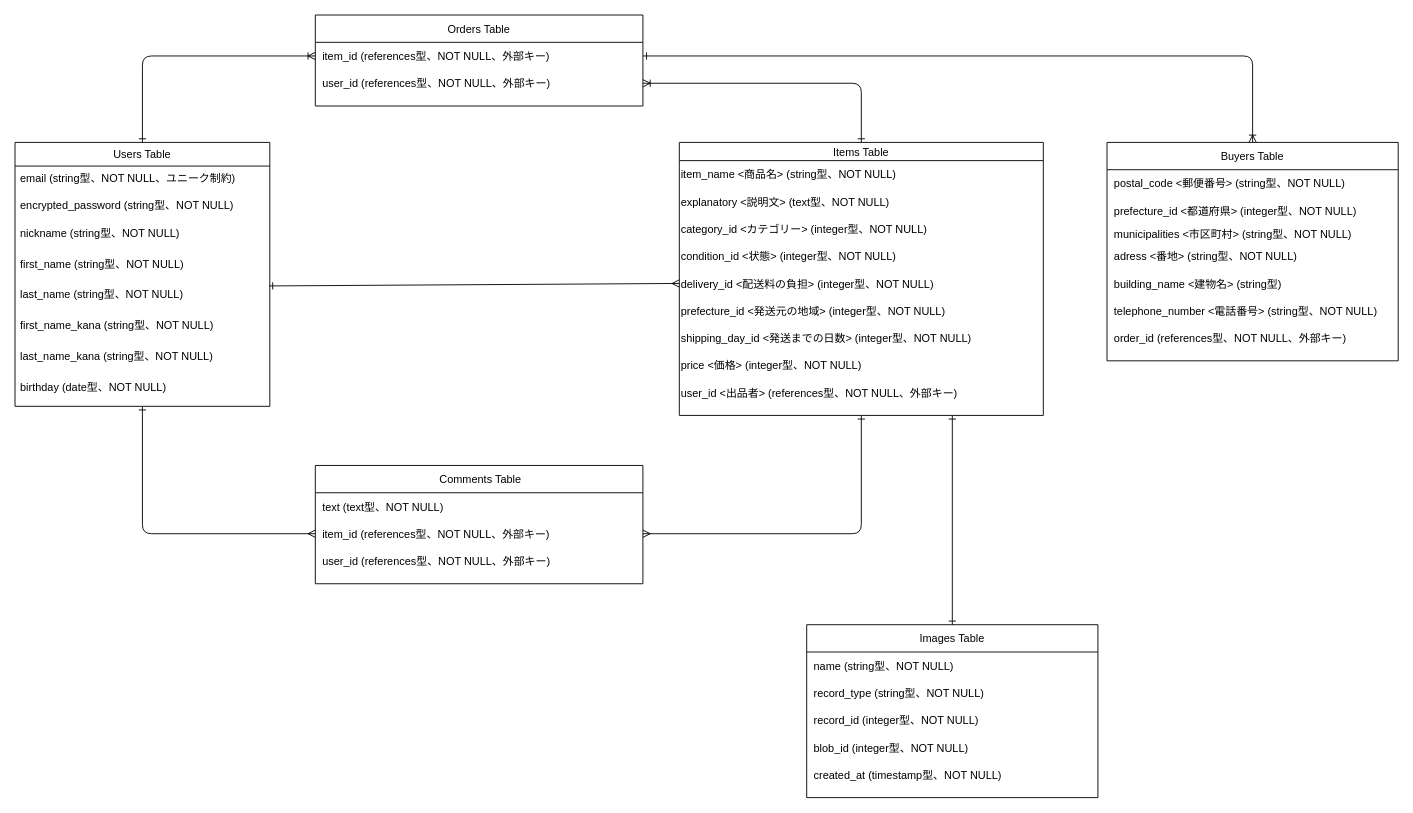
Missi2/furima-37375 keeps this draw.io diagram as er.dio. Above is the earlier version. Source tidied: cells renumbered, new cells numbered last; positions are measured from the earlier drawing's top-left corner, leaving out a move shared by most shapes. Both pictures are drawn from the tidied source at 91%, with x=0, y=0 at pixel (15, 15).
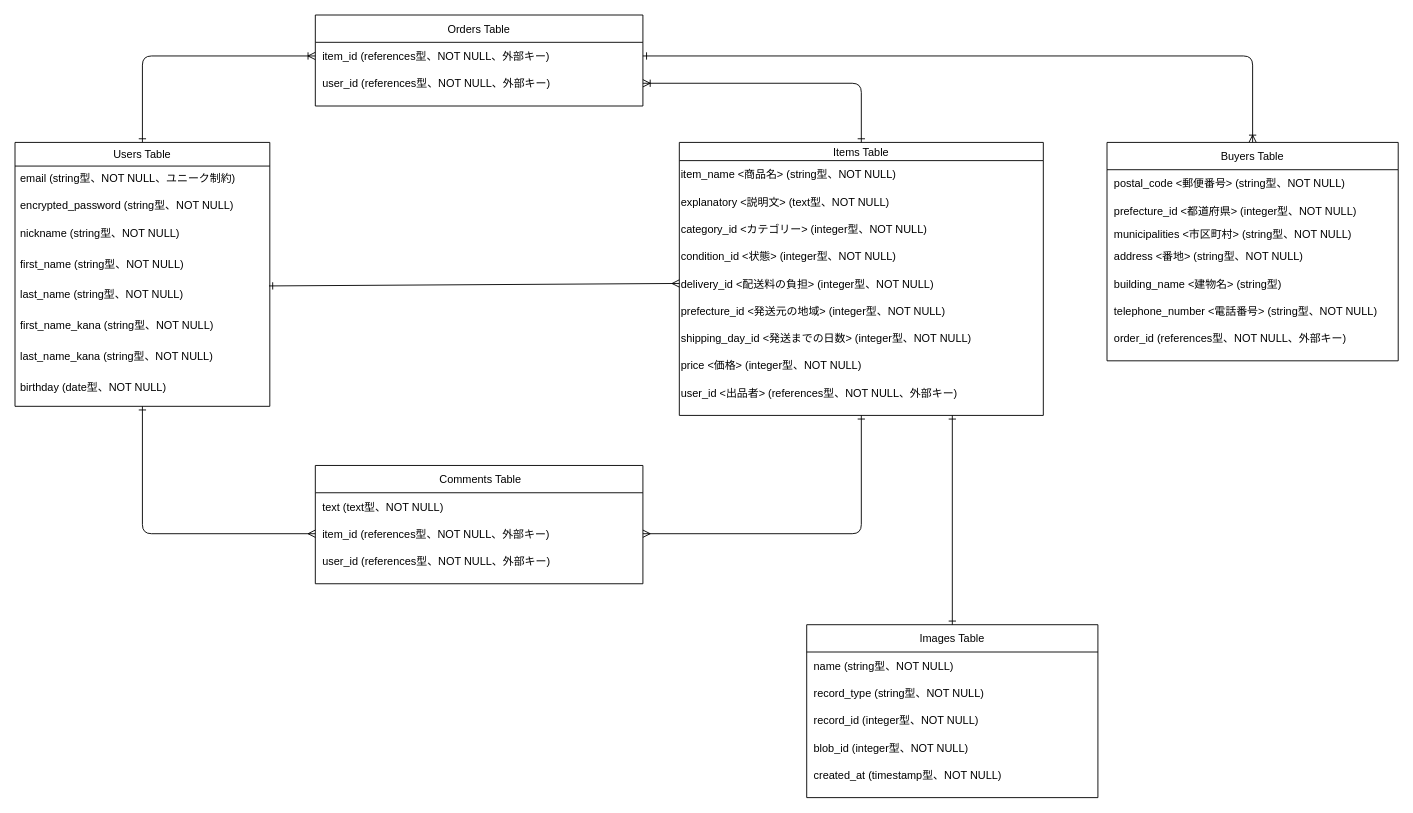
Above is the later version.

The change refers to these unchanged cells:
```xml
<mxCell id="49" style="shape=partialRectangle;fillColor=none;top=0;left=0;bottom=0;right=0;fontSize=12;" parent="42" vertex="1">
  <mxGeometry y="110" width="320" height="30" as="geometry" />
</mxCell>
```

What changed in the source:
```diff
@@
-    <mxCell id="50" value="adress &lt;番地&gt; (string型、NOT NULL)" style="shape=partialRectangle;fillColor=none;top=0;left=0;bottom=0;right=0;align=left;spacingLeft=6;overflow=hidden;fontSize=12;" parent="49" vertex="1">
+    <mxCell id="50" value="address &lt;番地&gt; (string型、NOT NULL)" style="shape=partialRectangle;fillColor=none;top=0;left=0;bottom=0;right=0;align=left;spacingLeft=6;overflow=hidden;fontSize=12;" parent="49" vertex="1">
       <mxGeometry width="320" height="30" as="geometry" />
     </mxCell>
```
